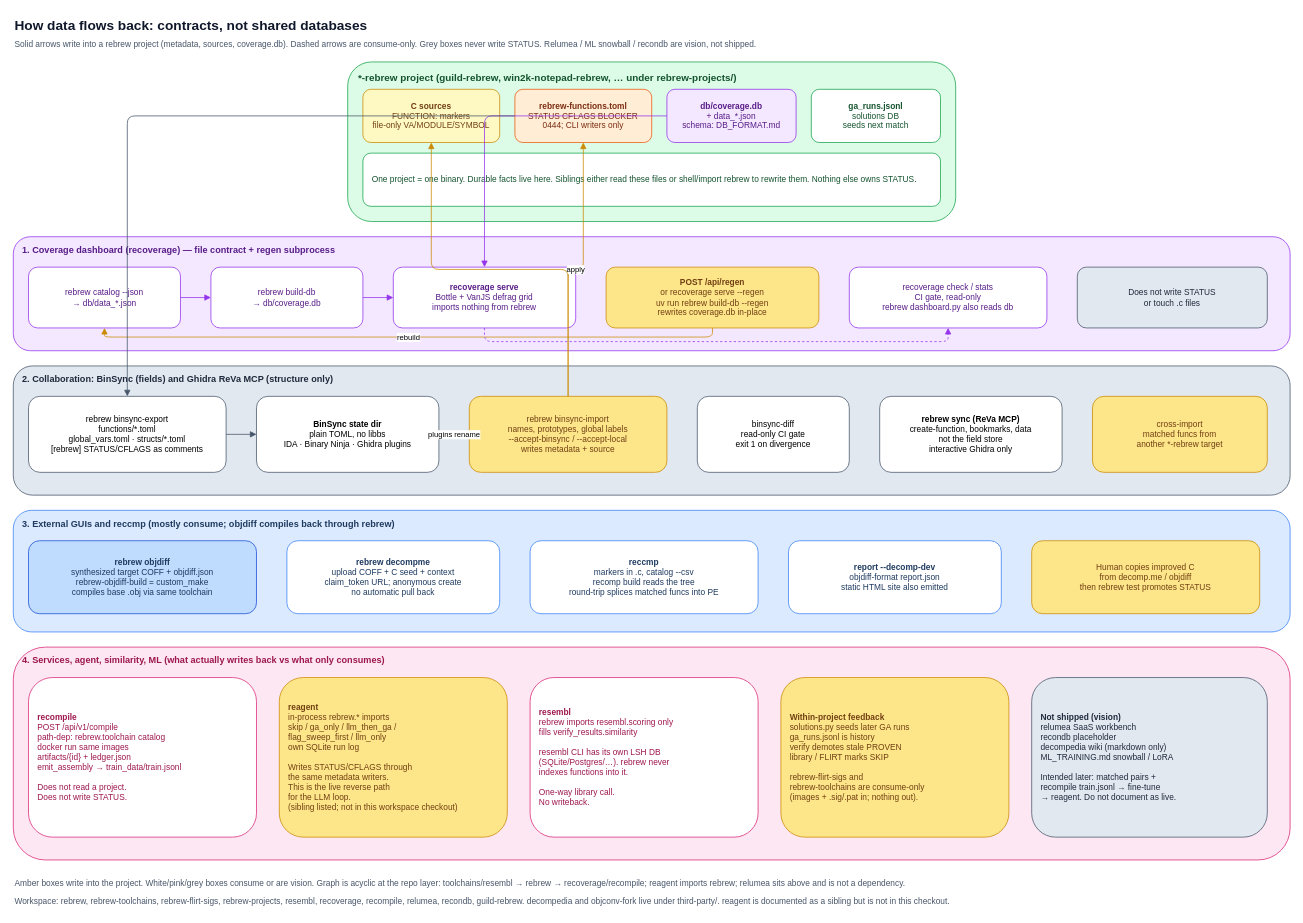
Above: page "5. Reverse data flows" (5 of 9) of docs/architecture.drawio in maci0/rebrew (draw.io), before the change. Source tidied: cells renumbered, new cells numbered last; positions are measured from the earlier drawing's top-left corner, leaving out a move shared by most shapes. Both pictures are drawn from the tidied source at 76%, with x=0, y=0 at pixel (13, 13).
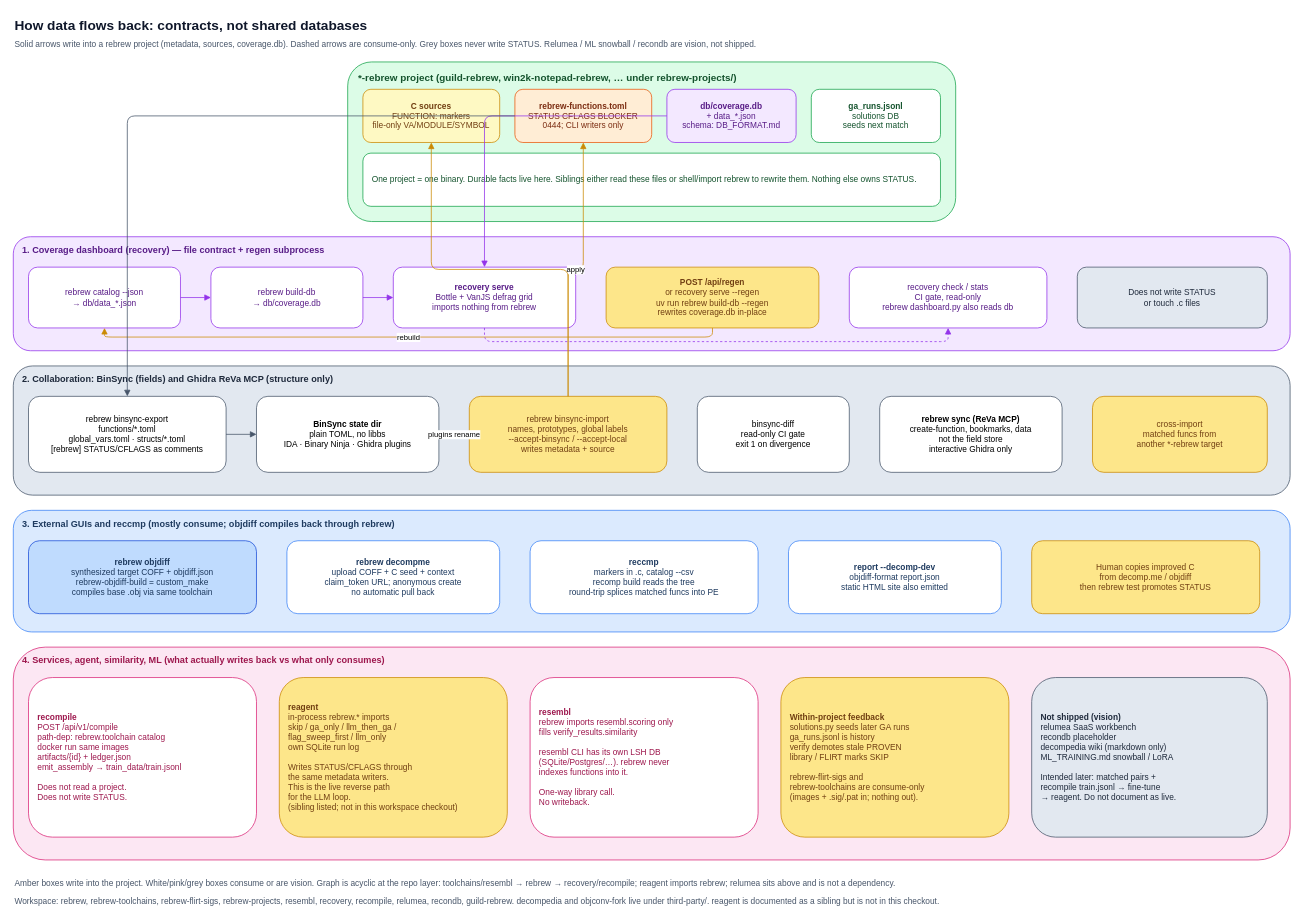
After the change.

Change to the diagram source:
```diff
@@
-    <mxCell id="10" value="1. Coverage dashboard (recoverage) — file contract + regen subprocess" style="rounded=1;whiteSpace=wrap;html=1;align=left;verticalAlign=top;spacingLeft=10;spacingTop=4;fillColor=#f3e8ff;strokeColor=#9333ea;fontColor=#581c87;fontStyle=1;fontSize=12;" parent="1" vertex="1">
+    <mxCell id="10" value="1. Coverage dashboard (recovery) — file contract + regen subprocess" style="rounded=1;whiteSpace=wrap;html=1;align=left;verticalAlign=top;spacingLeft=10;spacingTop=4;fillColor=#f3e8ff;strokeColor=#9333ea;fontColor=#581c87;fontStyle=1;fontSize=12;" parent="1" vertex="1">
       <mxGeometry y="294" width="1680" height="150" as="geometry" />
     </mxCell>
@@
-    <mxCell id="13" value="&lt;b&gt;recoverage serve&lt;/b&gt;&lt;br&gt;Bottle + VanJS defrag grid&lt;br&gt;imports nothing from rebrew" style="rounded=1;whiteSpace=wrap;html=1;fillColor=#ffffff;strokeColor=#9333ea;fontColor=#581c87;align=center;fontSize=11;" parent="1" vertex="1">
+    <mxCell id="13" value="&lt;b&gt;recovery serve&lt;/b&gt;&lt;br&gt;Bottle + VanJS defrag grid&lt;br&gt;imports nothing from rebrew" style="rounded=1;whiteSpace=wrap;html=1;fillColor=#ffffff;strokeColor=#9333ea;fontColor=#581c87;align=center;fontSize=11;" parent="1" vertex="1">
       <mxGeometry x="500" y="334" width="240" height="80" as="geometry" />
     </mxCell>
-    <mxCell id="14" value="&lt;b&gt;POST /api/regen&lt;/b&gt;&lt;br&gt;or recoverage serve --regen&lt;br&gt;uv run rebrew build-db --regen&lt;br&gt;rewrites coverage.db in-place" style="rounded=1;whiteSpace=wrap;html=1;fillColor=#fde68a;strokeColor=#ca8a04;fontColor=#713f12;align=center;fontSize=11;" parent="1" vertex="1">
+    <mxCell id="14" value="&lt;b&gt;POST /api/regen&lt;/b&gt;&lt;br&gt;or recovery serve --regen&lt;br&gt;uv run rebrew build-db --regen&lt;br&gt;rewrites coverage.db in-place" style="rounded=1;whiteSpace=wrap;html=1;fillColor=#fde68a;strokeColor=#ca8a04;fontColor=#713f12;align=center;fontSize=11;" parent="1" vertex="1">
       <mxGeometry x="780" y="334" width="280" height="80" as="geometry" />
     </mxCell>
-    <mxCell id="15" value="recoverage check / stats&lt;br&gt;CI gate, read-only&lt;br&gt;rebrew dashboard.py also reads db" style="rounded=1;whiteSpace=wrap;html=1;fillColor=#ffffff;strokeColor=#9333ea;fontColor=#581c87;align=center;fontSize=11;" parent="1" vertex="1">
+    <mxCell id="15" value="recovery check / stats&lt;br&gt;CI gate, read-only&lt;br&gt;rebrew dashboard.py also reads db" style="rounded=1;whiteSpace=wrap;html=1;fillColor=#ffffff;strokeColor=#9333ea;fontColor=#581c87;align=center;fontSize=11;" parent="1" vertex="1">
       <mxGeometry x="1100" y="334" width="260" height="80" as="geometry" />
     </mxCell>
@@
-    <mxCell id="46" value="Amber boxes write into the project. White/pink/grey boxes consume or are vision. Graph is acyclic at the repo layer: toolchains/resembl → rebrew → recoverage/recompile; reagent imports rebrew; relumea sits above and is not a dependency." style="text;html=1;align=left;fontSize=11;fontColor=#475569;" parent="1" vertex="1">
+    <mxCell id="46" value="Amber boxes write into the project. White/pink/grey boxes consume or are vision. Graph is acyclic at the repo layer: toolchains/resembl → rebrew → recovery/recompile; reagent imports rebrew; relumea sits above and is not a dependency." style="text;html=1;align=left;fontSize=11;fontColor=#475569;" parent="1" vertex="1">
       <mxGeometry y="1132" width="1680" height="24" as="geometry" />
     </mxCell>
-    <mxCell id="47" value="Workspace: rebrew, rebrew-toolchains, rebrew-flirt-sigs, rebrew-projects, resembl, recoverage, recompile, relumea, recondb, guild-rebrew. decompedia and objconv-fork live under third-party/. reagent is documented as a sibling but is not in this checkout." style="text;html=1;align=left;fontSize=11;fontColor=#475569;" parent="1" vertex="1">
+    <mxCell id="47" value="Workspace: rebrew, rebrew-toolchains, rebrew-flirt-sigs, rebrew-projects, resembl, recovery, recompile, relumea, recondb, guild-rebrew. decompedia and objconv-fork live under third-party/. reagent is documented as a sibling but is not in this checkout." style="text;html=1;align=left;fontSize=11;fontColor=#475569;" parent="1" vertex="1">
       <mxGeometry y="1156" width="1680" height="24" as="geometry" />
     </mxCell>
```
